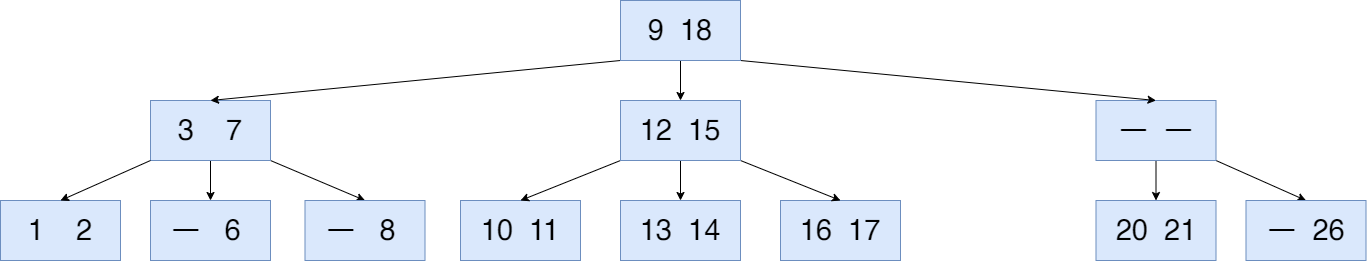
Earlier version of the draw.io export img/posts/2023/June/29/b-tree_9.png (ChoiCube84/ChoiCube84.github.io). Source tidied: cells renumbered, new cells last; positions are measured from the earlier drawing's top-left corner, leaving out a move shared by most shapes.
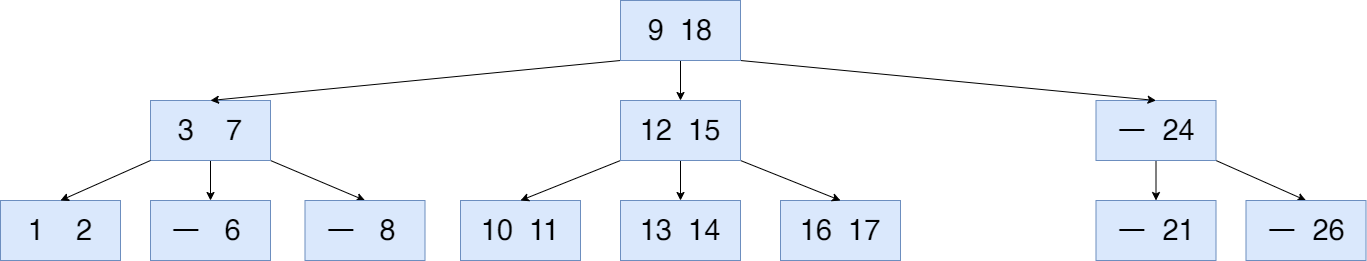
After the change.

Diff of the diagram source:
```diff
@@ -32,7 +32,7 @@
     <mxCell id="11" value="&lt;font style=&quot;font-size: 29px;&quot;&gt;13&amp;nbsp; 14&lt;/font&gt;" style="rounded=0;whiteSpace=wrap;html=1;fillColor=#dae8fc;strokeColor=#6c8ebf;" parent="1" vertex="1">
       <mxGeometry x="620" y="200" width="120" height="60" as="geometry" />
     </mxCell>
-    <mxCell id="12" value="&lt;font style=&quot;font-size: 29px;&quot;&gt;20&amp;nbsp; 21&lt;/font&gt;" style="rounded=0;whiteSpace=wrap;html=1;fillColor=#dae8fc;strokeColor=#6c8ebf;" parent="1" vertex="1">
+    <mxCell id="12" value="&lt;font style=&quot;font-size: 29px;&quot;&gt;ㅡ&amp;nbsp; 21&lt;/font&gt;" style="rounded=0;whiteSpace=wrap;html=1;fillColor=#dae8fc;strokeColor=#6c8ebf;" parent="1" vertex="1">
       <mxGeometry x="1095.5" y="200" width="120" height="60" as="geometry" />
     </mxCell>
     <mxCell id="13" value="&lt;font style=&quot;font-size: 29px;&quot;&gt;ㅡ&amp;nbsp; 26&lt;/font&gt;" style="rounded=0;whiteSpace=wrap;html=1;fillColor=#dae8fc;strokeColor=#6c8ebf;" parent="1" vertex="1">
@@ -56,7 +56,7 @@
     <mxCell id="19" style="edgeStyle=orthogonalEdgeStyle;rounded=0;jettySize=auto;html=1;exitX=0.5;exitY=1;exitDx=0;exitDy=0;entryX=0.5;entryY=0;entryDx=0;entryDy=0;" parent="1" edge="1" source="20" target="12">
       <mxGeometry relative="1" as="geometry" />
     </mxCell>
-    <mxCell id="20" value="&lt;font style=&quot;font-size: 29px;&quot;&gt;ㅡ&amp;nbsp; ㅡ&lt;/font&gt;" style="rounded=0;whiteSpace=wrap;html=1;fillColor=#dae8fc;strokeColor=#6c8ebf;" parent="1" vertex="1">
+    <mxCell id="20" value="&lt;font style=&quot;font-size: 29px;&quot;&gt;ㅡ&amp;nbsp; 24&lt;/font&gt;" style="rounded=0;whiteSpace=wrap;html=1;fillColor=#dae8fc;strokeColor=#6c8ebf;" parent="1" vertex="1">
       <mxGeometry x="1095.5" y="100" width="120" height="60" as="geometry" />
     </mxCell>
     <mxCell id="21" style="rounded=0;jettySize=auto;html=1;exitX=0;exitY=1;exitDx=0;exitDy=0;entryX=0.5;entryY=0;entryDx=0;entryDy=0;" parent="1" edge="1" source="24" target="5">
```
